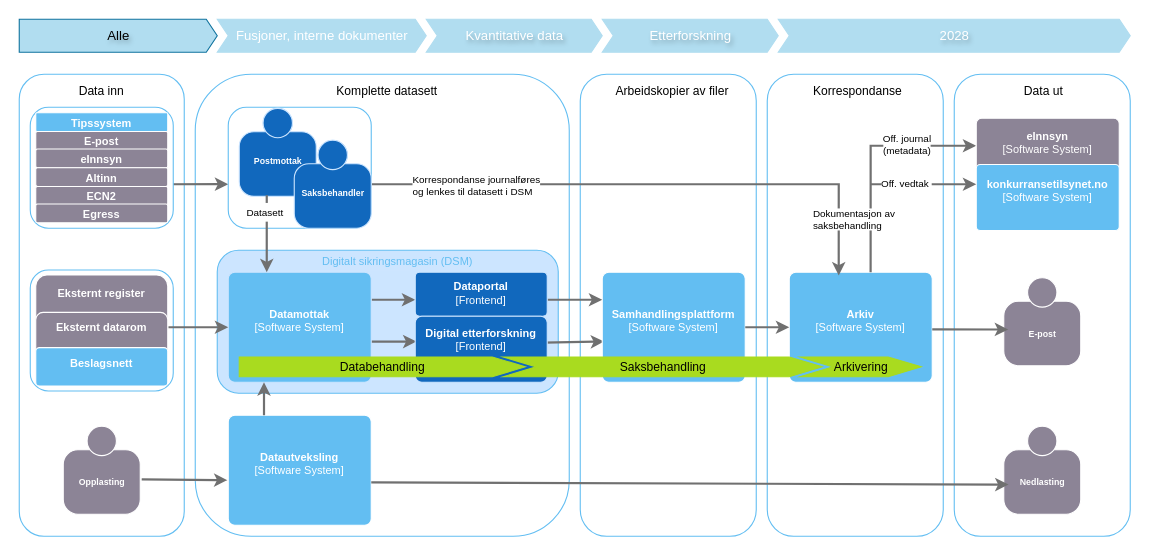
Before: page "2026 Alle" (1 of 9) of dataflyt.drawio in mortenee/draw.io, a draw.io diagram. Source tidied: cells renumbered, new cells numbered last; positions are measured from the earlier drawing's top-left corner, leaving out a move shared by most shapes. Both pictures are drawn from the tidied source at 110%, with x=0, y=0 at pixel (19, 19).
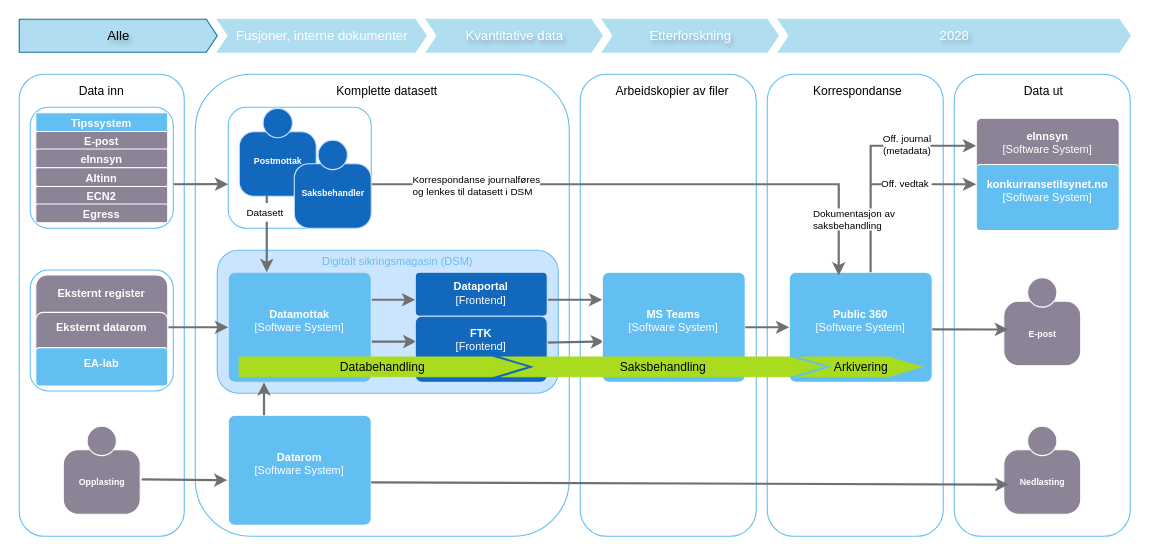
The same diagram, later.

Diff of the diagram source:
```diff
@@
-    <object id="8" label="&lt;b&gt;%c4Name%&lt;/b&gt;&lt;div&gt;[%c4Type%]&lt;/div&gt;&lt;br&gt;&lt;div&gt;%c4Description%&lt;/div&gt;" c4Description="" c4Name="Datautveksling" c4Type="Software System" placeholders="1">
+    <object id="8" label="&lt;b&gt;%c4Name%&lt;/b&gt;&lt;div&gt;[%c4Type%]&lt;/div&gt;&lt;br&gt;&lt;div&gt;%c4Description%&lt;/div&gt;" c4Description="" c4Name="Datarom" c4Type="Software System" placeholders="1">
       <mxCell style="rounded=1;whiteSpace=wrap;html=1;labelBackgroundColor=none;fillColor=#63BEF2;align=center;arcSize=6;strokeColor=#FFFFFF;metaData={&quot;c4Type&quot;:{&quot;editable&quot;:false}};points=[[0.25,0,0],[0.5,0,0],[0.75,0,0],[1,0.25,0],[1,0.5,0],[1,0.75,0],[0.75,1,0],[0.5,1,0],[0.25,1,0],[0,0.75,0],[0,0.5,0],[0,0.25,0]];verticalAlign=middle;fontFamily=Helvetica;fontSize=10;fontColor=#ffffff;" parent="1" vertex="1">
         <mxGeometry x="190" y="360" width="130" height="100" as="geometry" />
       </mxCell>
     </object>
@@
-    <object id="13" label="&lt;b&gt;%c4Name%&lt;/b&gt;&lt;div&gt;[%c4Type%]&lt;/div&gt;&lt;br&gt;&lt;div&gt;%c4Description%&lt;/div&gt;" c4Description="" c4Name="Samhandlingsplattform" c4Type="Software System" placeholders="1">
+    <object id="13" label="&lt;b&gt;%c4Name%&lt;/b&gt;&lt;div&gt;[%c4Type%]&lt;/div&gt;&lt;br&gt;&lt;div&gt;%c4Description%&lt;/div&gt;" c4Description="" c4Name="MS Teams" c4Type="Software System" placeholders="1">
       <mxCell style="rounded=1;whiteSpace=wrap;html=1;labelBackgroundColor=none;fillColor=#63BEF2;align=center;arcSize=6;strokeColor=#FFFFFF;metaData={&quot;c4Type&quot;:{&quot;editable&quot;:false}};points=[[0.25,0,0],[0.5,0,0],[0.75,0,0],[1,0.25,0],[1,0.5,0],[1,0.75,0],[0.75,1,0],[0.5,1,0],[0.25,1,0],[0,0.75,0],[0,0.5,0],[0,0.25,0]];verticalAlign=middle;fontFamily=Helvetica;fontSize=10;fontColor=#ffffff;" parent="1" vertex="1">
         <mxGeometry x="530" y="230" width="130" height="100" as="geometry" />
       </mxCell>
     </object>
-    <object id="14" label="&lt;b&gt;%c4Name%&lt;/b&gt;&lt;div&gt;[%c4Type%]&lt;/div&gt;&lt;br&gt;&lt;div&gt;%c4Description%&lt;/div&gt;" c4Description="" c4Name="Arkiv" c4Type="Software System" placeholders="1">
+    <object id="14" label="&lt;b&gt;%c4Name%&lt;/b&gt;&lt;div&gt;[%c4Type%]&lt;/div&gt;&lt;br&gt;&lt;div&gt;%c4Description%&lt;/div&gt;" c4Description="" c4Name="Public 360" c4Type="Software System" placeholders="1">
       <mxCell style="rounded=1;whiteSpace=wrap;html=1;labelBackgroundColor=none;fillColor=#63BEF2;align=center;arcSize=6;strokeColor=#FFFFFF;metaData={&quot;c4Type&quot;:{&quot;editable&quot;:false}};points=[[0.25,0,0],[0.5,0,0],[0.75,0,0],[1,0.25,0],[1,0.5,0],[1,0.75,0],[0.75,1,0],[0.5,1,0],[0.25,1,0],[0,0.75,0],[0,0.5,0],[0,0.25,0]];verticalAlign=middle;fontFamily=Helvetica;fontSize=10;fontColor=#ffffff;" parent="1" vertex="1">
         <mxGeometry x="700" y="230" width="130" height="100" as="geometry" />
       </mxCell>
     </object>
@@
-    <object id="30" label="&lt;font&gt;&lt;b&gt;%c4Name%&lt;/b&gt;&lt;/font&gt;&lt;div&gt;[%c4Type%]&lt;/div&gt;&lt;br&gt;&lt;div&gt;&lt;font&gt;&lt;font color=&quot;#cccccc&quot;&gt;%c4Description%&lt;/font&gt;&lt;/font&gt;&lt;/div&gt;" c4Description="" c4Name="Digital etterforskning" c4Type="Frontend" placeholders="1">
+    <object id="30" label="&lt;font&gt;&lt;b&gt;%c4Name%&lt;/b&gt;&lt;/font&gt;&lt;div&gt;[%c4Type%]&lt;/div&gt;&lt;br&gt;&lt;div&gt;&lt;font&gt;&lt;font color=&quot;#cccccc&quot;&gt;%c4Description%&lt;/font&gt;&lt;/font&gt;&lt;/div&gt;" c4Description="" c4Name="FTK" c4Type="Frontend" placeholders="1">
       <mxCell style="rounded=1;whiteSpace=wrap;html=1;labelBackgroundColor=none;fillColor=#1168BD;fontColor=#ffffff;align=center;arcSize=10;strokeColor=#CCE5FF;points=[[0.25,0,0],[0.5,0,0],[0.75,0,0],[1,0.25,0],[1,0.5,0],[1,0.75,0],[0.75,1,0],[0.5,1,0],[0.25,1,0],[0,0.75,0],[0,0.5,0],[0,0.25,0]];verticalAlign=middle;fontFamily=Helvetica;fontSize=10;spacingBottom=6;" parent="1" vertex="1">
         <mxGeometry x="360" y="270" width="120" height="60" as="geometry" />
       </mxCell>
     </object>
@@
-    <object id="66" label="&lt;b&gt;%c4Name%&lt;/b&gt;&lt;div&gt;%c4Description%&lt;/div&gt;" c4Description="" c4Name="Beslagsnett" placeholders="1">
+    <object id="66" label="&lt;b&gt;%c4Name%&lt;/b&gt;&lt;div&gt;%c4Description%&lt;/div&gt;" c4Description="" c4Name="EA-lab" placeholders="1">
       <mxCell style="rounded=1;whiteSpace=wrap;html=1;labelBackgroundColor=none;fillColor=#63BEF2;fontColor=#ffffff;align=center;arcSize=10;strokeColor=#FFFFFF;verticalAlign=middle;fontFamily=Helvetica;fontSize=10;spacingBottom=6;" parent="1" vertex="1">
         <mxGeometry x="15" y="298.5" width="120" height="35" as="geometry" />
       </mxCell>
     </object>
```
